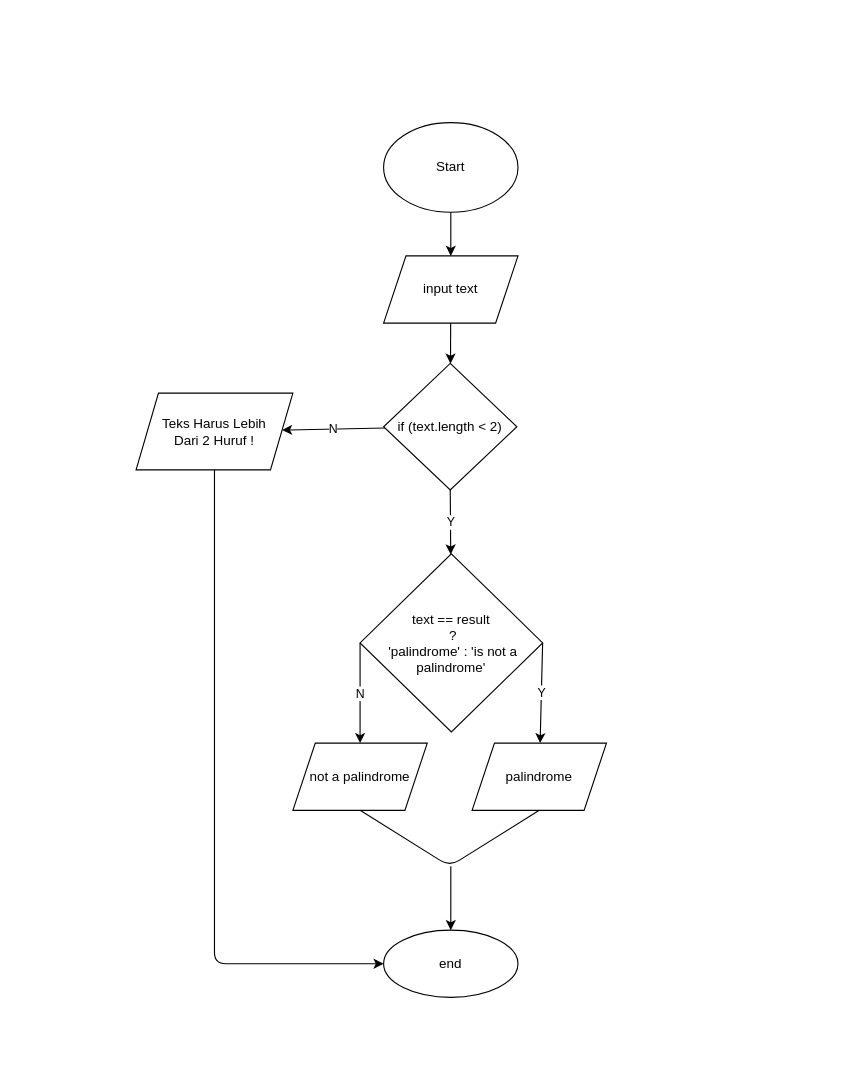
The draw.io diagram task1a.drawio in Deniansyah/fw12-javascript1, before the edit. Source tidied: cells renumbered, new cells numbered last; positions are measured from the earlier drawing's top-left corner, leaving out a move shared by most shapes. Both pictures are drawn from the tidied source at 112%, with x=0, y=0 at pixel (136, 122).
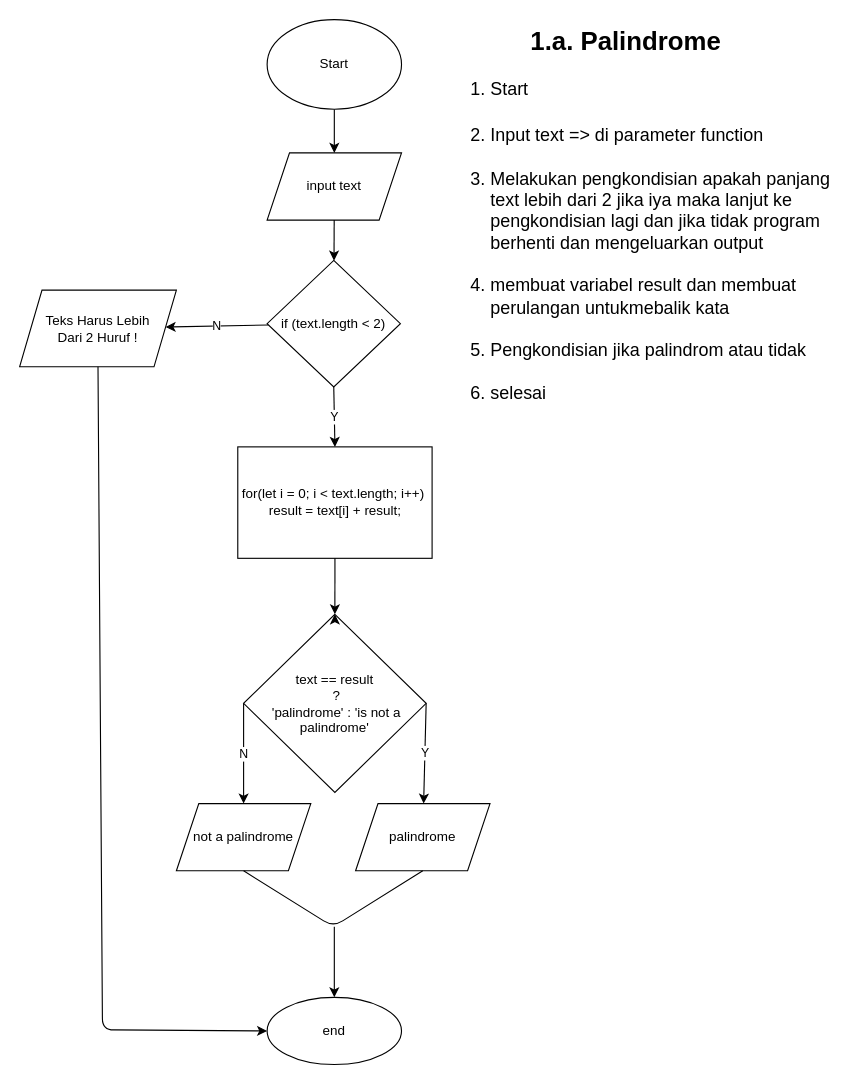
After the change.

What changed in the source:
```diff
@@
     <mxCell id="3" value="Start" style="ellipse;whiteSpace=wrap;html=1;" parent="1" vertex="1">
-      <mxGeometry x="221" width="120" height="80" as="geometry" />
+      <mxGeometry x="117" y="-92" width="120" height="80" as="geometry" />
     </mxCell>
@@
     <mxCell id="5" value="input text" style="shape=parallelogram;perimeter=parallelogramPerimeter;whiteSpace=wrap;html=1;fixedSize=1;" parent="1" vertex="1">
-      <mxGeometry x="221" y="119" width="120" height="60" as="geometry" />
+      <mxGeometry x="117" y="27" width="120" height="60" as="geometry" />
     </mxCell>
-    <mxCell id="6" value="Y" style="edgeStyle=none;html=1;exitX=0.5;exitY=1;exitDx=0;exitDy=0;" parent="1" edge="1" source="14" target="9">
+    <mxCell id="6" value="Y" style="edgeStyle=none;html=1;exitX=0.5;exitY=1;exitDx=0;exitDy=0;entryX=0.5;entryY=0;entryDx=0;entryDy=0;" parent="1" edge="1" source="14" target="21">
       <mxGeometry relative="1" as="geometry" />
     </mxCell>
@@
     <mxCell id="9" value="text == result&lt;br&gt;&amp;nbsp;?&lt;br&gt;&amp;nbsp;'palindrome' : 'is not a palindrome'" style="rhombus;whiteSpace=wrap;html=1;" parent="1" vertex="1">
-      <mxGeometry x="200" y="385" width="163" height="159" as="geometry" />
+      <mxGeometry x="96" y="439" width="163" height="159" as="geometry" />
     </mxCell>
     <mxCell id="10" value="palindrome" style="shape=parallelogram;perimeter=parallelogramPerimeter;whiteSpace=wrap;html=1;fixedSize=1;" parent="1" vertex="1">
-      <mxGeometry x="300" y="554" width="120" height="60" as="geometry" />
+      <mxGeometry x="196" y="608" width="120" height="60" as="geometry" />
     </mxCell>
     <mxCell id="11" value="not a palindrome" style="shape=parallelogram;perimeter=parallelogramPerimeter;whiteSpace=wrap;html=1;fixedSize=1;" parent="1" vertex="1">
-      <mxGeometry x="140" y="554" width="120" height="60" as="geometry" />
+      <mxGeometry x="36" y="608" width="120" height="60" as="geometry" />
     </mxCell>
     <mxCell id="12" value="end" style="ellipse;whiteSpace=wrap;html=1;" parent="1" vertex="1">
-      <mxGeometry x="221" y="721" width="120" height="60" as="geometry" />
+      <mxGeometry x="117" y="781" width="120" height="60" as="geometry" />
     </mxCell>
@@
     <mxCell id="14" value="if (text.length &amp;lt; 2)" style="rhombus;whiteSpace=wrap;html=1;" parent="1" vertex="1">
-      <mxGeometry x="221" y="215" width="119" height="113" as="geometry" />
+      <mxGeometry x="117" y="123" width="119" height="113" as="geometry" />
     </mxCell>
     <mxCell id="15" style="endArrow=none;html=1;exitX=0.5;exitY=1;exitDx=0;exitDy=0;entryX=0.5;entryY=1;entryDx=0;entryDy=0;" parent="1" edge="1" source="11" target="10">
       <mxGeometry relative="1" as="geometry">
         <Array as="points">
-          <mxPoint x="280" y="664" />
+          <mxPoint x="176" y="718" />
         </Array>
       </mxGeometry>
     </mxCell>
     <mxCell id="16" style="endArrow=classic;html=1;entryX=0.5;entryY=0;entryDx=0;entryDy=0;" parent="1" edge="1" target="12">
       <mxGeometry relative="1" as="geometry">
-        <mxPoint x="281" y="664" as="sourcePoint" />
+        <mxPoint x="177" y="718" as="sourcePoint" />
       </mxGeometry>
     </mxCell>
     <mxCell id="17" value="Teks Harus Lebih&lt;br&gt;Dari 2 Huruf !" style="shape=parallelogram;perimeter=parallelogramPerimeter;whiteSpace=wrap;html=1;fixedSize=1;" parent="1" vertex="1">
-      <mxGeometry y="241.5" width="140" height="68.5" as="geometry" />
+      <mxGeometry x="-104" y="149.5" width="140" height="68.5" as="geometry" />
     </mxCell>
     <mxCell id="18" style="endArrow=classic;html=1;exitX=0.5;exitY=1;exitDx=0;exitDy=0;entryX=0;entryY=0.5;entryDx=0;entryDy=0;" parent="1" edge="1" source="17" target="12">
       <mxGeometry relative="1" as="geometry">
         <Array as="points">
-          <mxPoint x="70" y="751" />
+          <mxPoint x="-30" y="810" />
         </Array>
       </mxGeometry>
     </mxCell>
+    <mxCell id="19" value="&lt;font style=&quot;font-size: 23px;&quot;&gt;&lt;b&gt;1.a. Palindrome&lt;/b&gt;&lt;/font&gt;" style="text;html=1;align=center;verticalAlign=middle;strokeColor=none;fillColor=none;" parent="1" vertex="1">
+      <mxGeometry x="342" y="-92" width="190" height="40" as="geometry" />
+    </mxCell>
+    <mxCell id="20" value="&lt;div style=&quot;text-align: left;&quot;&gt;&lt;span style=&quot;font-size: 16px; background-color: initial;&quot;&gt;1. Start&lt;/span&gt;&lt;/div&gt;&lt;font style=&quot;font-size: 16px;&quot;&gt;&lt;div style=&quot;text-align: left;&quot;&gt;&lt;span style=&quot;background-color: initial;&quot;&gt;&lt;br&gt;&lt;/span&gt;&lt;/div&gt;&lt;div style=&quot;text-align: left;&quot;&gt;&lt;span style=&quot;background-color: initial;&quot;&gt;2. Input text =&amp;gt; di parameter function&lt;/span&gt;&lt;/div&gt;&lt;div style=&quot;text-align: left;&quot;&gt;&lt;span style=&quot;background-color: initial;&quot;&gt;&lt;br&gt;&lt;/span&gt;&lt;/div&gt;&lt;div style=&quot;text-align: left;&quot;&gt;&lt;span style=&quot;background-color: initial;&quot;&gt;3. Melakukan pengkondisian apakah&amp;nbsp;&lt;/span&gt;&lt;span style=&quot;background-color: initial;&quot;&gt;panjang&lt;/span&gt;&lt;/div&gt;&lt;div style=&quot;text-align: left;&quot;&gt;&lt;span style=&quot;background-color: initial;&quot;&gt;&amp;nbsp; &amp;nbsp; text lebih dari 2&amp;nbsp;&lt;/span&gt;&lt;span style=&quot;background-color: initial;&quot;&gt;jika iya maka lanjut ke&lt;/span&gt;&lt;/div&gt;&lt;div style=&quot;text-align: left;&quot;&gt;&lt;span style=&quot;background-color: initial;&quot;&gt;&amp;nbsp; &amp;nbsp; pengkondisian&amp;nbsp;&lt;/span&gt;&lt;span style=&quot;background-color: initial;&quot;&gt;lagi dan jika tidak program&lt;/span&gt;&lt;/div&gt;&lt;div style=&quot;text-align: left;&quot;&gt;&lt;span style=&quot;background-color: initial;&quot;&gt;&amp;nbsp; &amp;nbsp; berhenti dan mengeluarkan&amp;nbsp;&lt;/span&gt;&lt;span style=&quot;background-color: initial;&quot;&gt;output&lt;/span&gt;&lt;/div&gt;&lt;div style=&quot;text-align: left;&quot;&gt;&lt;span style=&quot;background-color: initial;&quot;&gt;&lt;br&gt;&lt;/span&gt;&lt;/div&gt;&lt;div style=&quot;text-align: left;&quot;&gt;&lt;span style=&quot;background-color: initial;&quot;&gt;4. membuat variabel result dan membuat&amp;nbsp;&lt;/span&gt;&lt;/div&gt;&lt;div style=&quot;text-align: left;&quot;&gt;&lt;span style=&quot;background-color: initial;&quot;&gt;&amp;nbsp; &amp;nbsp; perulangan untuk&lt;/span&gt;&lt;span style=&quot;background-color: initial;&quot;&gt;mebalik kata&amp;nbsp;&lt;/span&gt;&lt;/div&gt;&lt;div style=&quot;text-align: left;&quot;&gt;&lt;span style=&quot;background-color: initial;&quot;&gt;&lt;br&gt;&lt;/span&gt;&lt;/div&gt;&lt;div style=&quot;text-align: left;&quot;&gt;&lt;span style=&quot;background-color: initial;&quot;&gt;5. Pengkondisian jika palindrom atau tidak&lt;/span&gt;&lt;/div&gt;&lt;div style=&quot;text-align: left;&quot;&gt;&lt;span style=&quot;background-color: initial;&quot;&gt;&lt;br&gt;&lt;/span&gt;&lt;/div&gt;&lt;div style=&quot;text-align: left;&quot;&gt;&lt;span style=&quot;background-color: initial;&quot;&gt;6. selesai&lt;/span&gt;&lt;/div&gt;&lt;/font&gt;" style="text;html=1;align=center;verticalAlign=middle;strokeColor=none;fillColor=none;fontSize=23;" parent="1" vertex="1">
+      <mxGeometry x="289" y="-52" width="340" height="310" as="geometry" />
+    </mxCell>
+    <mxCell id="21" value="for(let i = 0; i &amp;lt; text.length; i++)&amp;nbsp; result = text[i] + result;" style="whiteSpace=wrap;html=1;" parent="1" vertex="1">
+      <mxGeometry x="90.8" y="289.5" width="173.5" height="99.5" as="geometry" />
+    </mxCell>
+    <mxCell id="22" style="endArrow=classic;html=1;rounded=0;fontSize=16;exitX=0.5;exitY=1;exitDx=0;exitDy=0;entryX=0.5;entryY=0;entryDx=0;entryDy=0;" parent="1" edge="1" target="9">
+      <mxGeometry relative="1" as="geometry">
+        <mxPoint x="177.5" y="440" as="sourcePoint" />
+      </mxGeometry>
+    </mxCell>
+    <mxCell id="23" style="endArrow=classic;html=1;rounded=0;fontSize=16;exitX=0.5;exitY=1;exitDx=0;exitDy=0;entryX=0.5;entryY=0;entryDx=0;entryDy=0;" parent="1" edge="1" source="21" target="9">
+      <mxGeometry relative="1" as="geometry" />
+    </mxCell>
```
